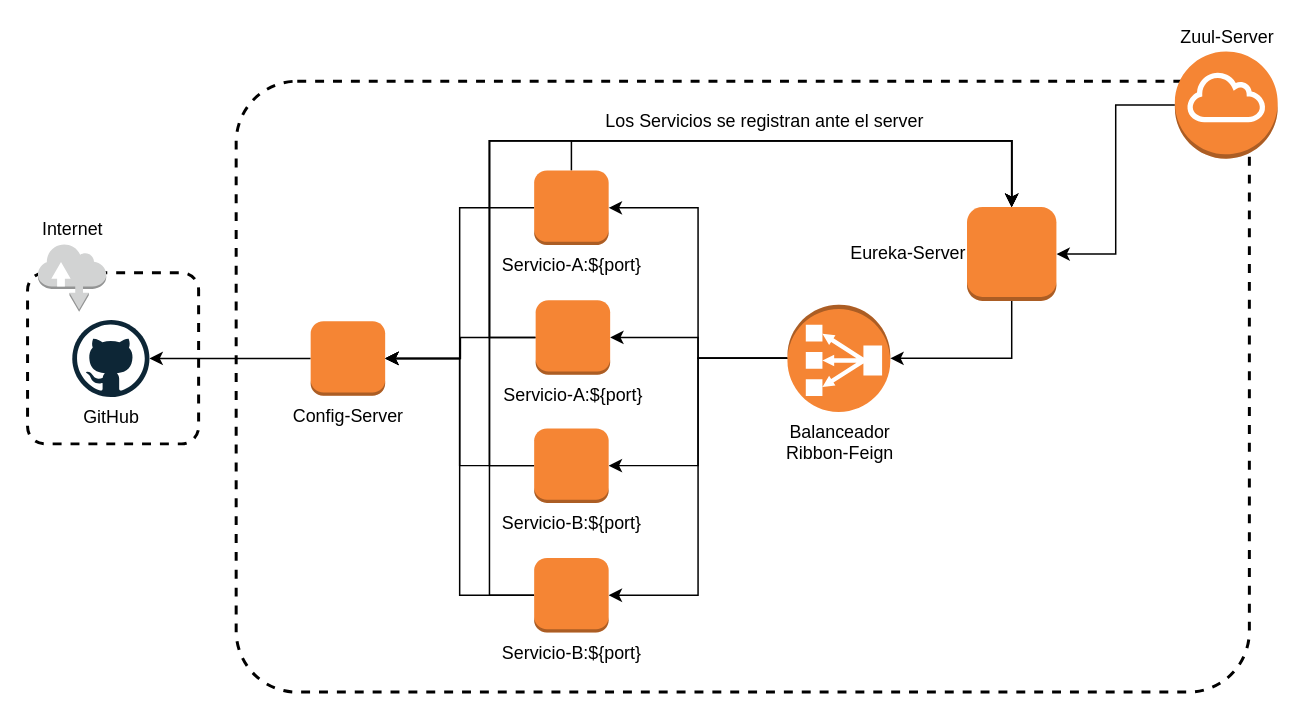
robinarehen/Spring-boot-and-cloud keeps this draw.io diagram as arquitectura-spring-boot-cloud.drawio. Above is the earlier version. Source tidied: cells renumbered, new cells numbered last; positions are measured from the earlier drawing's top-left corner, leaving out a move shared by most shapes. Both pictures are drawn from the tidied source at 149%, with x=0, y=0 at pixel (27, 51).
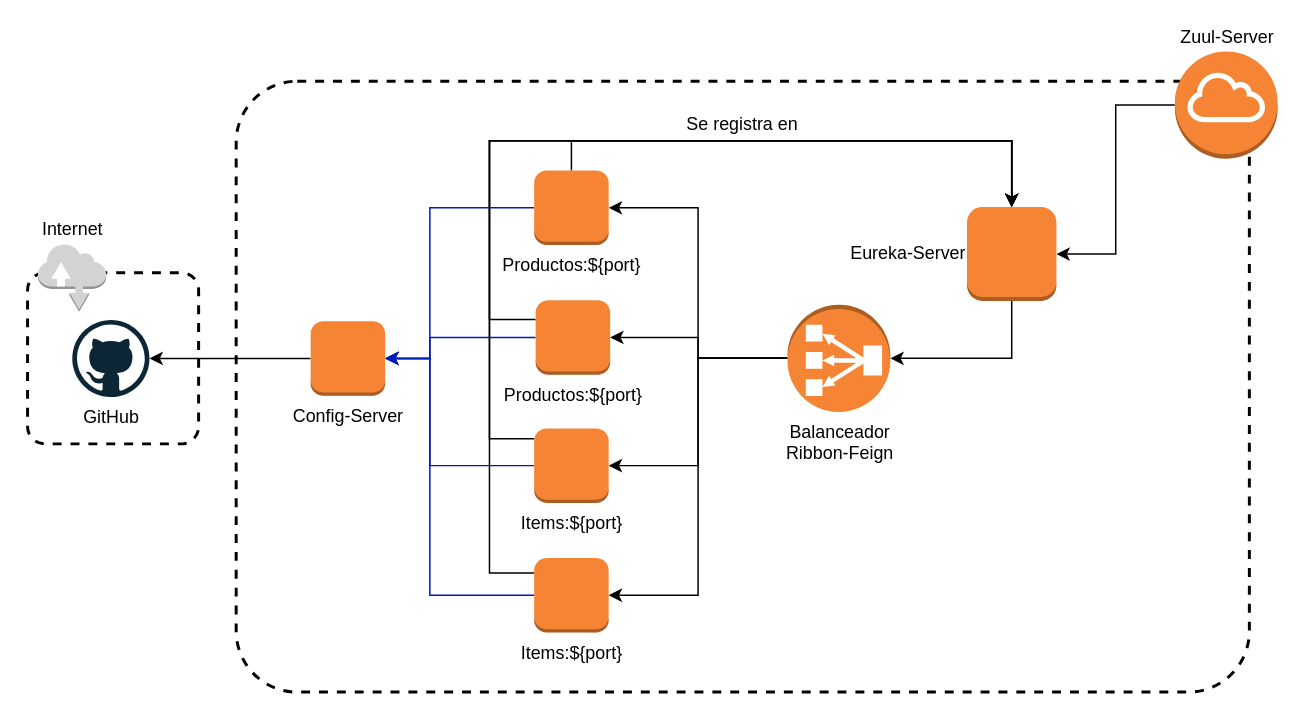
The same page after the edit.

Commit message (it also covers changes not shown here):
refactor: se actualiza el diagra de la arquitectura

The change refers to these unchanged cells:
```xml
<mxCell id="26" value="Eureka-Server" style="outlineConnect=0;dashed=0;verticalLabelPosition=middle;verticalAlign=middle;align=right;html=1;shape=mxgraph.aws3.instance;fillColor=#F58534;gradientColor=none;fontColor=#000000;labelPosition=left;" parent="1" vertex="1">
  <mxGeometry x="630.5" y="104.5" width="60" height="63" as="geometry" />
</mxCell>
<mxCell id="29" value="Config-Server" style="outlineConnect=0;dashed=0;verticalLabelPosition=bottom;verticalAlign=top;align=center;html=1;shape=mxgraph.aws3.instance;fillColor=#F58534;gradientColor=none;labelPosition=center;fontColor=#000000;" parent="1" vertex="1">
  <mxGeometry x="190" y="181.1" width="50" height="50" as="geometry" />
</mxCell>
```

Diff of the diagram source:
```diff
@@
-    <mxCell id="7" style="edgeStyle=orthogonalEdgeStyle;rounded=0;jettySize=auto;html=1;entryX=1;entryY=0.5;entryDx=0;entryDy=0;entryPerimeter=0;fontColor=#000000;" parent="1" edge="1" source="8" target="29">
-      <mxGeometry relative="1" as="geometry" />
+    <mxCell id="7" style="edgeStyle=orthogonalEdgeStyle;rounded=0;jettySize=auto;html=1;entryX=1;entryY=0.5;entryDx=0;entryDy=0;entryPerimeter=0;fontColor=#000000;fillColor=#0050ef;strokeColor=#001DBC;" parent="1" edge="1" source="8" target="29">
+      <mxGeometry relative="1" as="geometry">
+        <Array as="points">
+          <mxPoint x="270" y="105" />
+          <mxPoint x="270" y="206" />
+        </Array>
+      </mxGeometry>
     </mxCell>
-    <mxCell id="8" value="Servicio-A:${port}" style="outlineConnect=0;dashed=0;verticalLabelPosition=bottom;verticalAlign=top;align=center;html=1;shape=mxgraph.aws3.instance;fillColor=#F58534;gradientColor=none;labelPosition=center;fontColor=#000000;" parent="1" vertex="1">
+    <mxCell id="8" value="Productos:${port}" style="outlineConnect=0;dashed=0;verticalLabelPosition=bottom;verticalAlign=top;align=center;html=1;shape=mxgraph.aws3.instance;fillColor=#F58534;gradientColor=none;labelPosition=center;fontColor=#000000;" parent="1" vertex="1">
       <mxGeometry x="340" y="80" width="50" height="50" as="geometry" />
     </mxCell>
@@
     <mxCell id="16" style="edgeStyle=orthogonalEdgeStyle;rounded=0;jettySize=auto;html=1;fontColor=#000000;entryX=0.5;entryY=0;entryDx=0;entryDy=0;entryPerimeter=0;" parent="1" edge="1" source="18" target="26">
       <mxGeometry relative="1" as="geometry">
         <Array as="points">
-          <mxPoint x="310" y="192" />
+          <mxPoint x="310" y="180" />
           <mxPoint x="310" y="60" />
-          <mxPoint x="660" y="60" />
+          <mxPoint x="661" y="60" />
         </Array>
       </mxGeometry>
     </mxCell>
-    <mxCell id="17" style="edgeStyle=orthogonalEdgeStyle;rounded=0;jettySize=auto;html=1;entryX=1;entryY=0.5;entryDx=0;entryDy=0;entryPerimeter=0;fontColor=#000000;" parent="1" edge="1" source="18" target="29">
-      <mxGeometry relative="1" as="geometry" />
+    <mxCell id="17" style="edgeStyle=orthogonalEdgeStyle;rounded=0;jettySize=auto;html=1;entryX=1;entryY=0.5;entryDx=0;entryDy=0;entryPerimeter=0;fontColor=#000000;fillColor=#0050ef;strokeColor=#001DBC;" parent="1" edge="1" source="18" target="29">
+      <mxGeometry relative="1" as="geometry">
+        <Array as="points">
+          <mxPoint x="270" y="192" />
+          <mxPoint x="270" y="206" />
+        </Array>
+      </mxGeometry>
     </mxCell>
-    <mxCell id="18" value="Servicio-A:${port}" style="outlineConnect=0;dashed=0;verticalLabelPosition=bottom;verticalAlign=top;align=center;html=1;shape=mxgraph.aws3.instance;fillColor=#F58534;gradientColor=none;labelPosition=center;fontColor=#000000;" parent="1" vertex="1">
+    <mxCell id="18" value="Productos:${port}" style="outlineConnect=0;dashed=0;verticalLabelPosition=bottom;verticalAlign=top;align=center;html=1;shape=mxgraph.aws3.instance;fillColor=#F58534;gradientColor=none;labelPosition=center;fontColor=#000000;" parent="1" vertex="1">
       <mxGeometry x="341" y="167" width="50" height="50" as="geometry" />
     </mxCell>
     <mxCell id="19" style="edgeStyle=orthogonalEdgeStyle;rounded=0;jettySize=auto;html=1;entryX=0.5;entryY=0;entryDx=0;entryDy=0;entryPerimeter=0;fontColor=#000000;" parent="1" edge="1" source="21" target="26">
       <mxGeometry relative="1" as="geometry">
         <Array as="points">
-          <mxPoint x="310" y="278" />
+          <mxPoint x="310" y="260" />
           <mxPoint x="310" y="60" />
-          <mxPoint x="660" y="60" />
+          <mxPoint x="661" y="60" />
         </Array>
       </mxGeometry>
     </mxCell>
-    <mxCell id="20" style="edgeStyle=orthogonalEdgeStyle;rounded=0;jettySize=auto;html=1;entryX=1;entryY=0.5;entryDx=0;entryDy=0;entryPerimeter=0;fontColor=#000000;" parent="1" edge="1" source="21" target="29">
-      <mxGeometry relative="1" as="geometry" />
+    <mxCell id="20" style="edgeStyle=orthogonalEdgeStyle;rounded=0;jettySize=auto;html=1;entryX=1;entryY=0.5;entryDx=0;entryDy=0;entryPerimeter=0;fontColor=#000000;fillColor=#0050ef;strokeColor=#001DBC;" parent="1" edge="1" source="21" target="29">
+      <mxGeometry relative="1" as="geometry">
+        <Array as="points">
+          <mxPoint x="270" y="278" />
+          <mxPoint x="270" y="206" />
+        </Array>
+      </mxGeometry>
     </mxCell>
-    <mxCell id="21" value="Servicio-B:${port}" style="outlineConnect=0;dashed=0;verticalLabelPosition=bottom;verticalAlign=top;align=center;html=1;shape=mxgraph.aws3.instance;fillColor=#F58534;gradientColor=none;labelPosition=center;fontColor=#000000;" parent="1" vertex="1">
+    <mxCell id="21" value="Items:${port}" style="outlineConnect=0;dashed=0;verticalLabelPosition=bottom;verticalAlign=top;align=center;html=1;shape=mxgraph.aws3.instance;fillColor=#F58534;gradientColor=none;labelPosition=center;fontColor=#000000;" parent="1" vertex="1">
       <mxGeometry x="340" y="253" width="50" height="50" as="geometry" />
     </mxCell>
     <mxCell id="22" style="edgeStyle=orthogonalEdgeStyle;rounded=0;jettySize=auto;html=1;entryX=0.5;entryY=0;entryDx=0;entryDy=0;entryPerimeter=0;fontColor=#000000;" parent="1" edge="1" source="24" target="26">
       <mxGeometry relative="1" as="geometry">
         <Array as="points">
-          <mxPoint x="310" y="365" />
+          <mxPoint x="310" y="350" />
           <mxPoint x="310" y="60" />
-          <mxPoint x="660" y="60" />
+          <mxPoint x="661" y="60" />
         </Array>
       </mxGeometry>
     </mxCell>
-    <mxCell id="23" style="edgeStyle=orthogonalEdgeStyle;rounded=0;jettySize=auto;html=1;entryX=1;entryY=0.5;entryDx=0;entryDy=0;entryPerimeter=0;fontColor=#000000;" parent="1" edge="1" source="24" target="29">
-      <mxGeometry relative="1" as="geometry" />
+    <mxCell id="23" style="edgeStyle=orthogonalEdgeStyle;rounded=0;jettySize=auto;html=1;entryX=1;entryY=0.5;entryDx=0;entryDy=0;entryPerimeter=0;fontColor=#000000;fillColor=#0050ef;strokeColor=#001DBC;" parent="1" edge="1" source="24" target="29">
+      <mxGeometry relative="1" as="geometry">
+        <Array as="points">
+          <mxPoint x="270" y="365" />
+          <mxPoint x="270" y="206" />
+        </Array>
+      </mxGeometry>
     </mxCell>
-    <mxCell id="24" value="Servicio-B:${port}" style="outlineConnect=0;dashed=0;verticalLabelPosition=bottom;verticalAlign=top;align=center;html=1;shape=mxgraph.aws3.instance;fillColor=#F58534;gradientColor=none;labelPosition=center;fontColor=#000000;" parent="1" vertex="1">
+    <mxCell id="24" value="Items:${port}" style="outlineConnect=0;dashed=0;verticalLabelPosition=bottom;verticalAlign=top;align=center;html=1;shape=mxgraph.aws3.instance;fillColor=#F58534;gradientColor=none;labelPosition=center;fontColor=#000000;" parent="1" vertex="1">
       <mxGeometry x="340" y="340" width="50" height="50" as="geometry" />
     </mxCell>
@@
-    <mxCell id="27" value="Los Servicios se registran ante el server" style="text;html=1;strokeColor=none;fillColor=none;align=center;verticalAlign=middle;whiteSpace=wrap;rounded=0;fontColor=#000000;" parent="1" vertex="1">
-      <mxGeometry x="370" y="37" width="250" height="20" as="geometry" />
+    <mxCell id="27" value="Se registra en" style="text;html=1;strokeColor=none;fillColor=none;align=center;verticalAlign=middle;whiteSpace=wrap;rounded=0;fontColor=#000000;" parent="1" vertex="1">
+      <mxGeometry x="420" y="39" width="120" height="20" as="geometry" />
     </mxCell>
```
